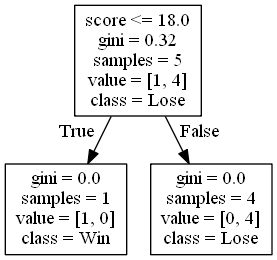
Above: DecisionTrees/Pac-12decision_tree_with_score3.png in alexana-steck/CSE482Project (Graphviz), before the change. Its source is kept beside it as DecisionTrees/Pac-12decision_tree_with_score3.dot.
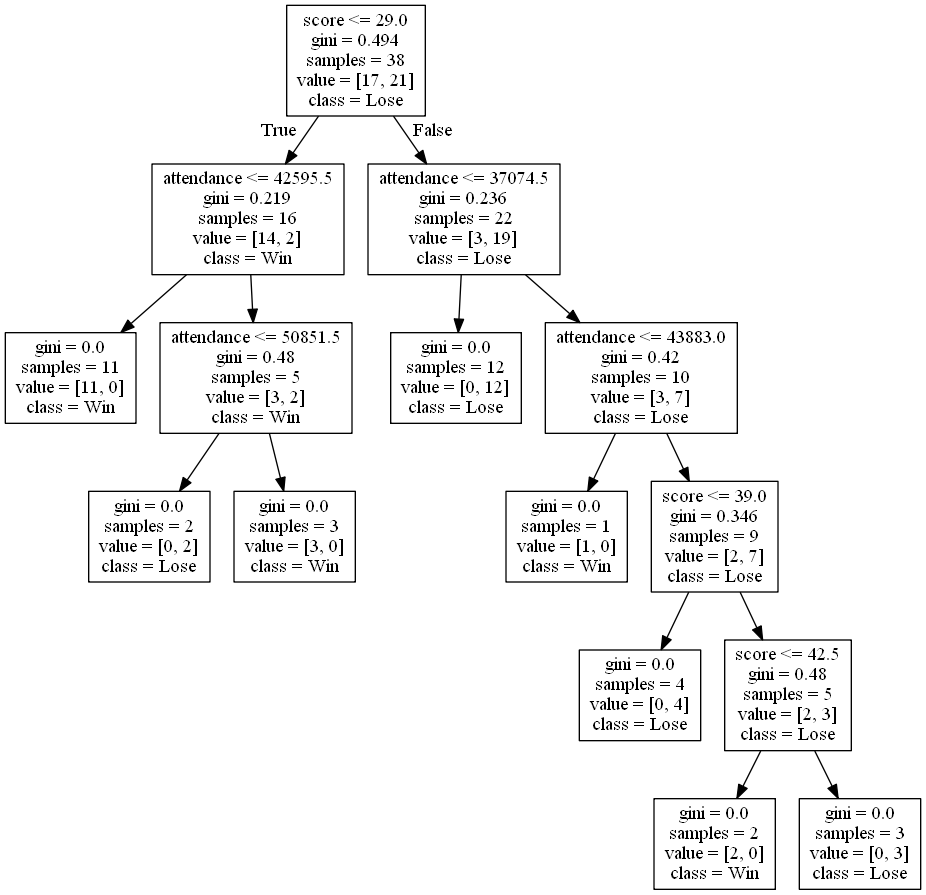
After the change.

The edit, as a diff of the source:
```diff
@@ -1,8 +1,32 @@
 digraph Tree {
 node [shape=box] ;
-0 [label="score <= 18.0\ngini = 0.32\nsamples = 5\nvalue = [1, 4]\nclass = Lose"] ;
-1 [label="gini = 0.0\nsamples = 1\nvalue = [1, 0]\nclass = Win"] ;
+0 [label="score <= 29.0\ngini = 0.494\nsamples = 38\nvalue = [17, 21]\nclass = Lose"] ;
+1 [label="attendance <= 42595.5\ngini = 0.219\nsamples = 16\nvalue = [14, 2]\nclass = Win"] ;
 0 -> 1 [labeldistance=2.5, labelangle=45, headlabel="True"] ;
-2 [label="gini = 0.0\nsamples = 4\nvalue = [0, 4]\nclass = Lose"] ;
-0 -> 2 [labeldistance=2.5, labelangle=-45, headlabel="False"] ;
+2 [label="gini = 0.0\nsamples = 11\nvalue = [11, 0]\nclass = Win"] ;
+1 -> 2 ;
+3 [label="attendance <= 50851.5\ngini = 0.48\nsamples = 5\nvalue = [3, 2]\nclass = Win"] ;
+1 -> 3 ;
+4 [label="gini = 0.0\nsamples = 2\nvalue = [0, 2]\nclass = Lose"] ;
+3 -> 4 ;
+5 [label="gini = 0.0\nsamples = 3\nvalue = [3, 0]\nclass = Win"] ;
+3 -> 5 ;
+6 [label="attendance <= 37074.5\ngini = 0.236\nsamples = 22\nvalue = [3, 19]\nclass = Lose"] ;
+0 -> 6 [labeldistance=2.5, labelangle=-45, headlabel="False"] ;
+7 [label="gini = 0.0\nsamples = 12\nvalue = [0, 12]\nclass = Lose"] ;
+6 -> 7 ;
+8 [label="attendance <= 43883.0\ngini = 0.42\nsamples = 10\nvalue = [3, 7]\nclass = Lose"] ;
+6 -> 8 ;
+9 [label="gini = 0.0\nsamples = 1\nvalue = [1, 0]\nclass = Win"] ;
+8 -> 9 ;
+10 [label="score <= 39.0\ngini = 0.346\nsamples = 9\nvalue = [2, 7]\nclass = Lose"] ;
+8 -> 10 ;
+11 [label="gini = 0.0\nsamples = 4\nvalue = [0, 4]\nclass = Lose"] ;
+10 -> 11 ;
+12 [label="score <= 42.5\ngini = 0.48\nsamples = 5\nvalue = [2, 3]\nclass = Lose"] ;
+10 -> 12 ;
+13 [label="gini = 0.0\nsamples = 2\nvalue = [2, 0]\nclass = Win"] ;
+12 -> 13 ;
+14 [label="gini = 0.0\nsamples = 3\nvalue = [0, 3]\nclass = Lose"] ;
+12 -> 14 ;
 }
```
